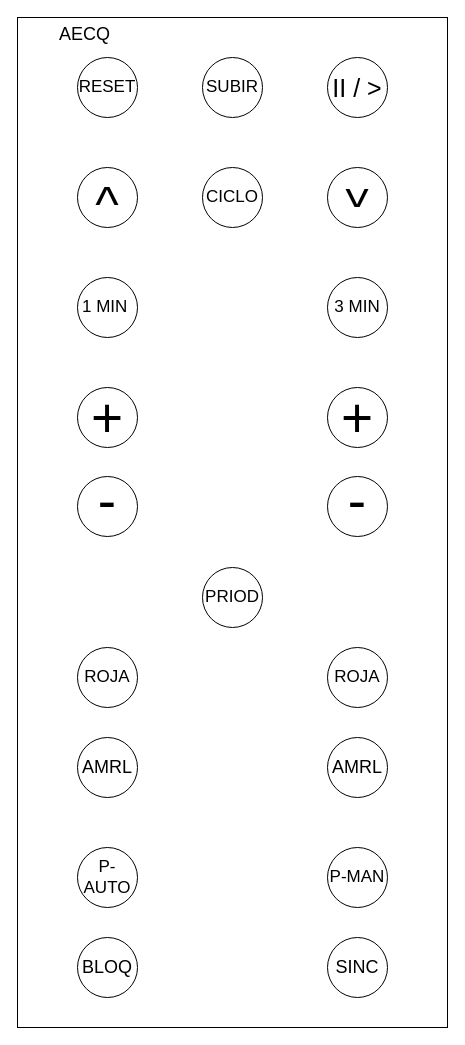
Above: Design/Machine/Remote/Remote-control-buttons.drawio in Diego-Hiriart/Capstone_Hiriart-Corales-Samaniego (draw.io), before the change. Source tidied: cells renumbered, new cells numbered last; positions are measured from the earlier drawing's top-left corner, leaving out a move shared by most shapes. Both pictures are drawn from the tidied source at 100%, with x=0, y=0 at pixel (17, 17).
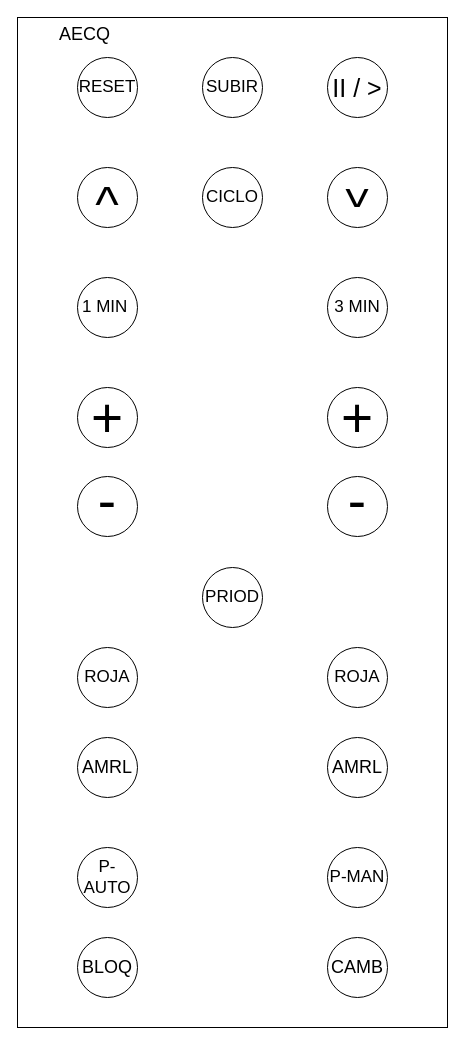
Above is the later version.

Diff of the diagram source:
```diff
@@
-    <mxCell id="3" value="SINC" style="ellipse;whiteSpace=wrap;html=1;fontSize=18;" parent="1" vertex="1">
+    <mxCell id="3" value="CAMB" style="ellipse;whiteSpace=wrap;html=1;fontSize=18;" parent="1" vertex="1">
       <mxGeometry x="310" y="920" width="60" height="60" as="geometry" />
     </mxCell>
```
